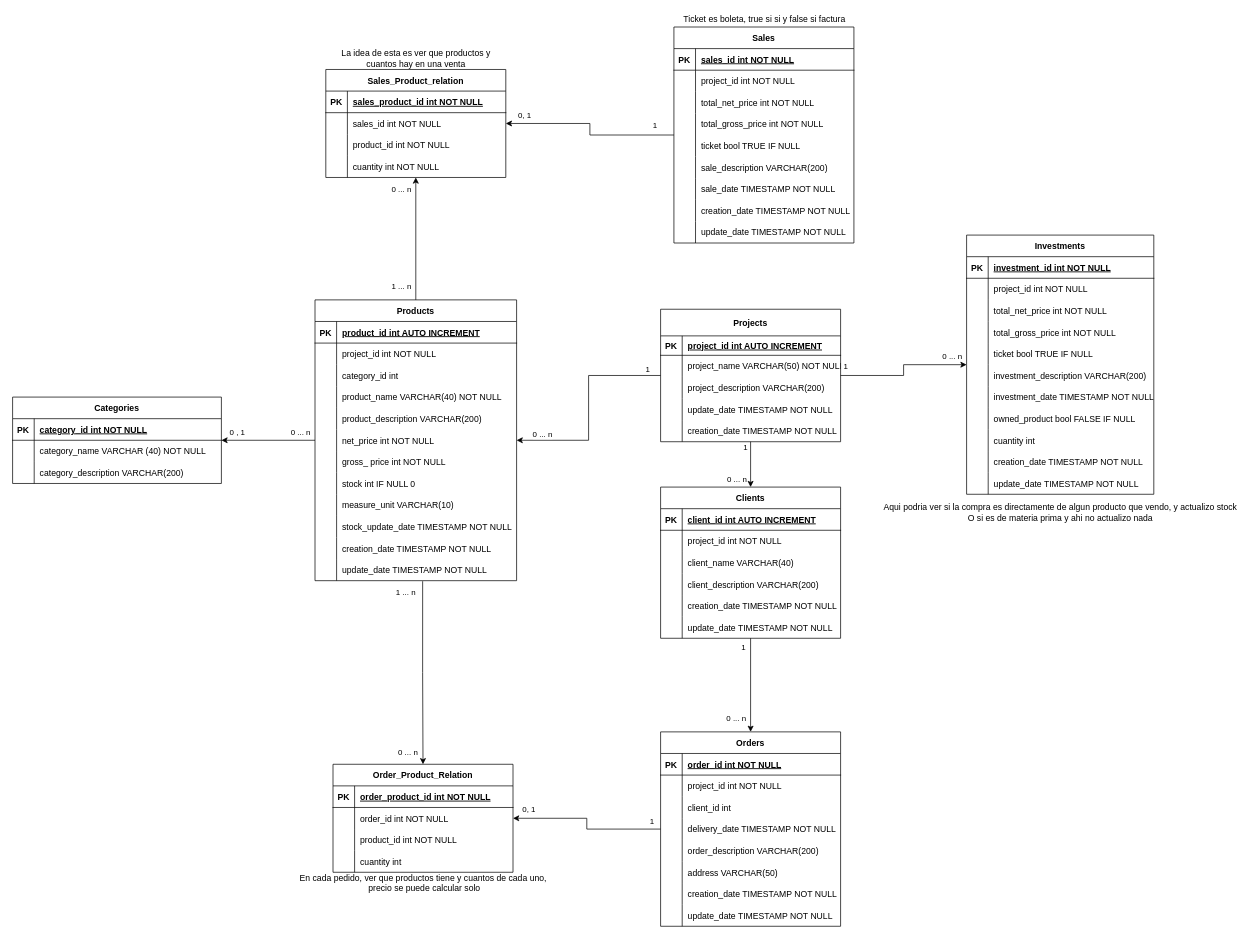
Above: DB_model.drawio in diegoHurtadoG/Easy-Negocios (draw.io), before the change. Source tidied: cells renumbered, new cells numbered last; positions are measured from the earlier drawing's top-left corner, leaving out a move shared by most shapes. Both pictures are drawn from the tidied source at 72%, with x=0, y=0 at pixel (12, 12).
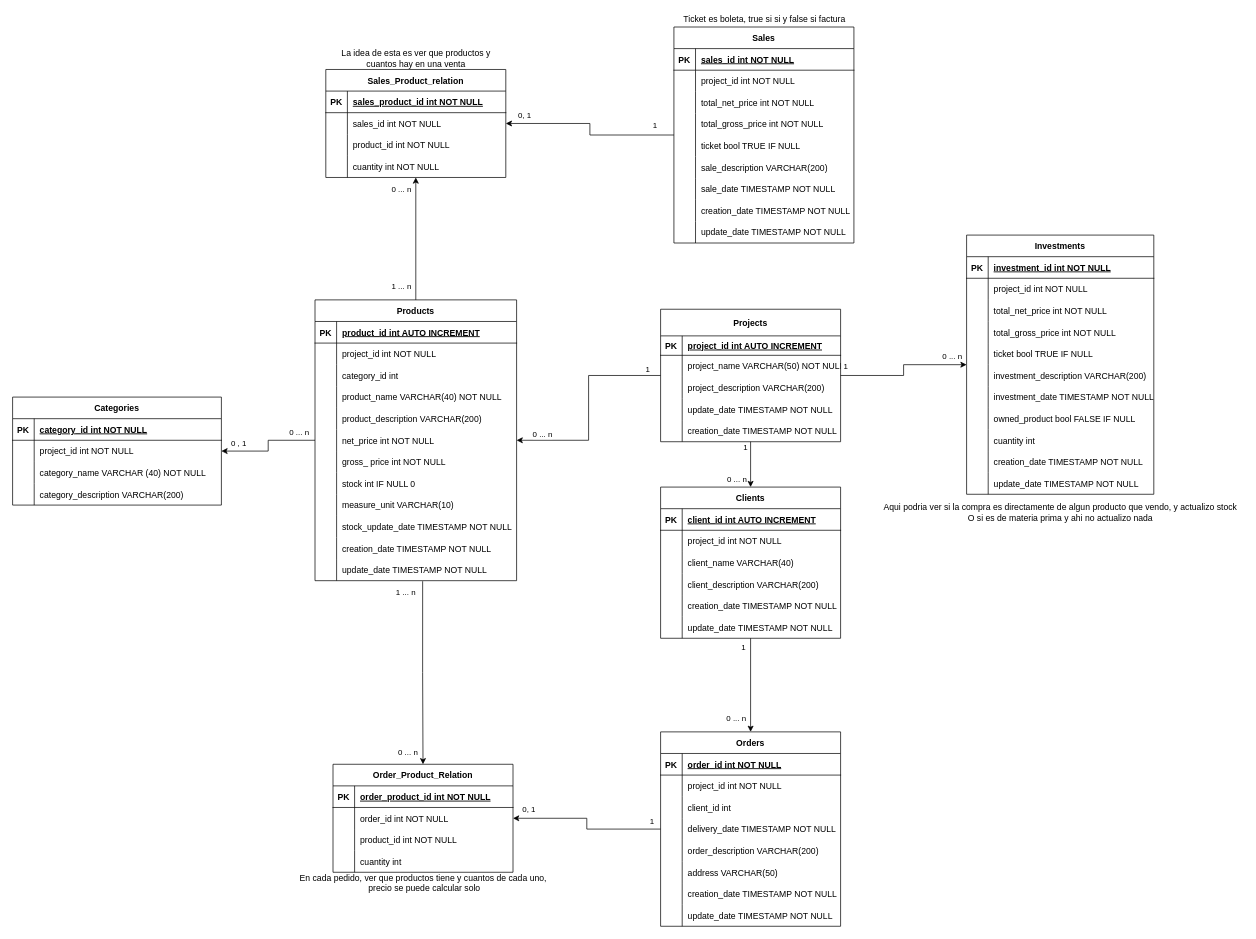
The same diagram, later.

What changed in the source:
```diff
@@
     <mxCell id="182" value="Categories" style="shape=table;startSize=30;childLayout=tableLayout;rowLines=0;fontStyle=1;align=center;" parent="1" vertex="1">
-      <mxGeometry y="534" width="290" height="120" as="geometry" />
+      <mxGeometry y="534" width="290" height="150" as="geometry" />
     </mxCell>
@@
+    <mxCell id="228" style="shape=partialRectangle;fillColor=none;top=0;left=0;right=0;bottom=0;" parent="182" vertex="1">
+      <mxGeometry y="60" width="290" height="30" as="geometry" />
+    </mxCell>
+    <mxCell id="229" style="shape=partialRectangle;overflow=hidden;fillColor=none;top=0;left=0;bottom=0;right=0;" parent="228" vertex="1">
+      <mxGeometry width="30" height="30" as="geometry" />
+    </mxCell>
+    <mxCell id="230" value="project_id int NOT NULL" style="shape=partialRectangle;overflow=hidden;fillColor=none;top=0;left=0;bottom=0;right=0;align=left;spacingLeft=6;" parent="228" vertex="1">
+      <mxGeometry x="30" width="260" height="30" as="geometry" />
+    </mxCell>
     <mxCell id="186" style="shape=partialRectangle;fillColor=none;top=0;left=0;right=0;bottom=0;" parent="182" vertex="1">
-      <mxGeometry y="60" width="290" height="30" as="geometry" />
+      <mxGeometry y="90" width="290" height="30" as="geometry" />
     </mxCell>
@@
     <mxCell id="189" style="shape=partialRectangle;fillColor=none;top=0;left=0;right=0;bottom=0;" parent="182" vertex="1">
-      <mxGeometry y="90" width="290" height="30" as="geometry" />
+      <mxGeometry y="120" width="290" height="30" as="geometry" />
     </mxCell>
```
